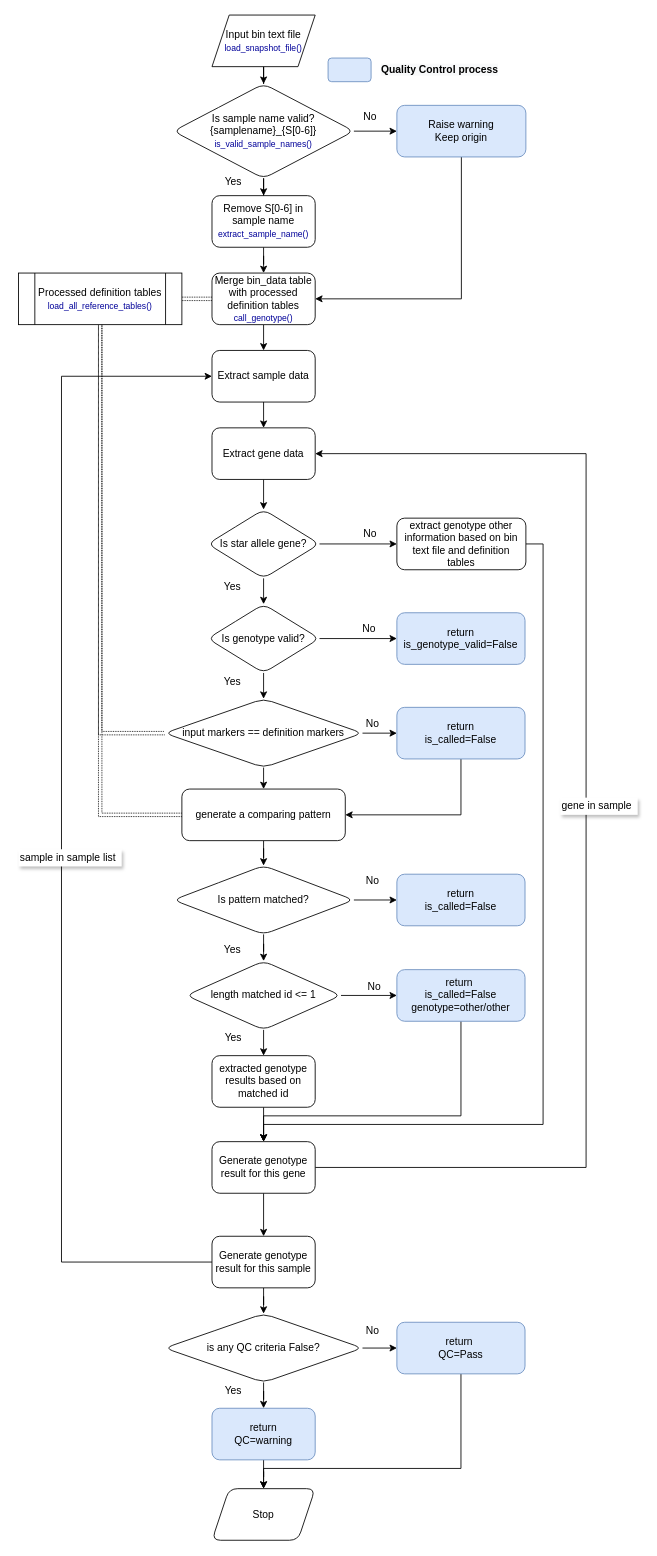
Earlier version of the draw.io diagram workflow/flowchart.drawio (lamnvcnsh/snapshot_genotyping). Source tidied: cells renumbered, new cells numbered last; positions are measured from the earlier drawing's top-left corner, leaving out a move shared by most shapes. Both pictures are drawn from the tidied source at 86%, with x=0, y=0 at pixel (18, 15).
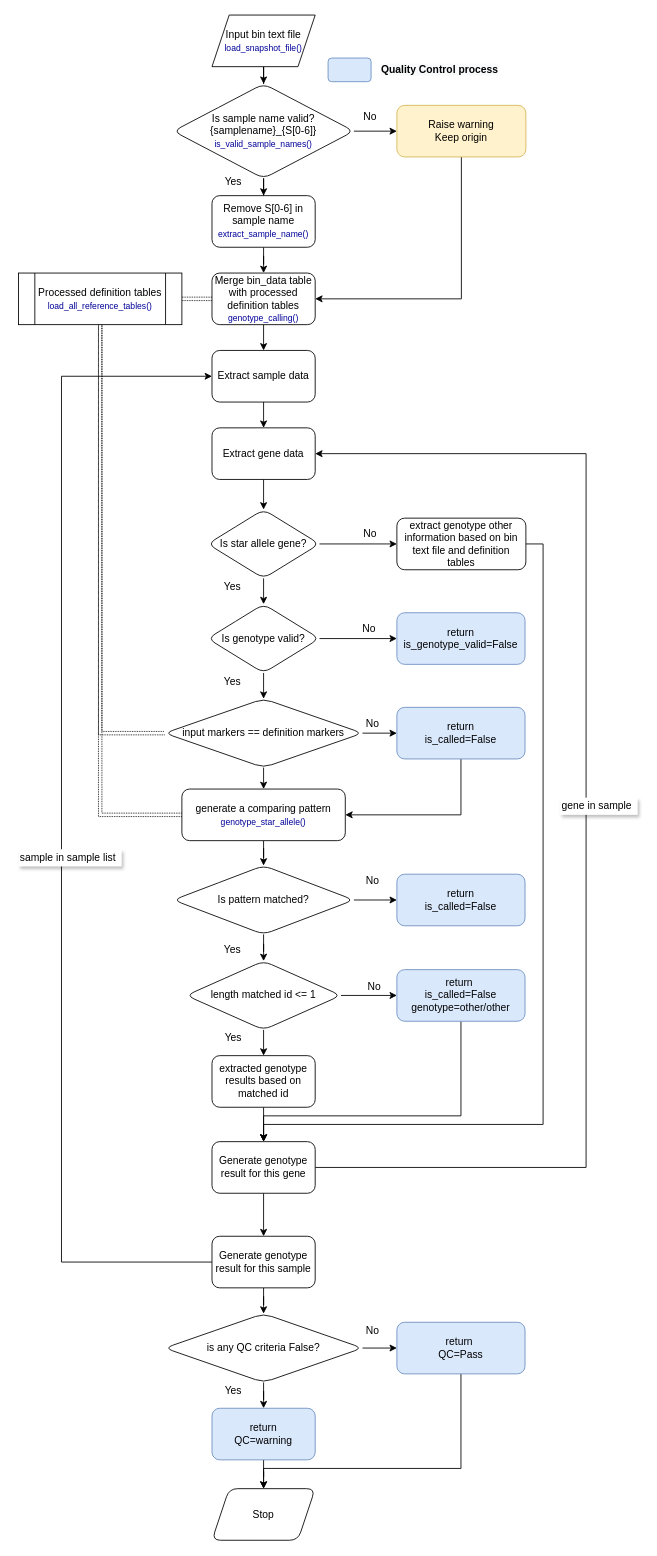
Above is the later version.

Change to the diagram source:
```diff
@@
-    <mxCell id="12" value="Raise warning&lt;br&gt;Keep origin" style="whiteSpace=wrap;html=1;rounded=1;shadow=0;strokeWidth=1;glass=0;fillColor=#dae8fc;strokeColor=#6c8ebf;" parent="1" vertex="1">
+    <mxCell id="12" value="Raise warning&lt;br&gt;Keep origin" style="whiteSpace=wrap;html=1;rounded=1;shadow=0;strokeWidth=1;glass=0;fillColor=#fff2cc;strokeColor=#d6b656;" parent="1" vertex="1">
       <mxGeometry x="440" y="105" width="150" height="60" as="geometry" />
     </mxCell>
@@
-    <mxCell id="17" value="Merge bin_data table with processed definition tables&lt;br&gt;&lt;span style=&quot;color: rgb(0 , 0 , 153) ; font-size: 10px&quot;&gt;call_genotype()&lt;/span&gt;" style="whiteSpace=wrap;html=1;rounded=1;shadow=0;strokeWidth=1;glass=0;" parent="1" vertex="1">
+    <mxCell id="17" value="Merge bin_data table with processed definition tables&lt;br&gt;&lt;font color=&quot;#000099&quot;&gt;&lt;span style=&quot;font-size: 10px&quot;&gt;genotype_calling()&lt;/span&gt;&lt;/font&gt;" style="whiteSpace=wrap;html=1;rounded=1;shadow=0;strokeWidth=1;glass=0;" parent="1" vertex="1">
       <mxGeometry x="225" y="300" width="120" height="60" as="geometry" />
     </mxCell>
@@
-    <mxCell id="48" value="generate a comparing pattern" style="whiteSpace=wrap;html=1;rounded=1;shadow=0;strokeWidth=1;glass=0;" parent="1" vertex="1">
+    <mxCell id="48" value="generate a comparing pattern&lt;br&gt;&lt;font color=&quot;#000099&quot; style=&quot;font-size: 10px&quot;&gt;genotype_star_allele()&lt;/font&gt;" style="whiteSpace=wrap;html=1;rounded=1;shadow=0;strokeWidth=1;glass=0;" parent="1" vertex="1">
       <mxGeometry x="190" y="900" width="190" height="60" as="geometry" />
     </mxCell>
```
